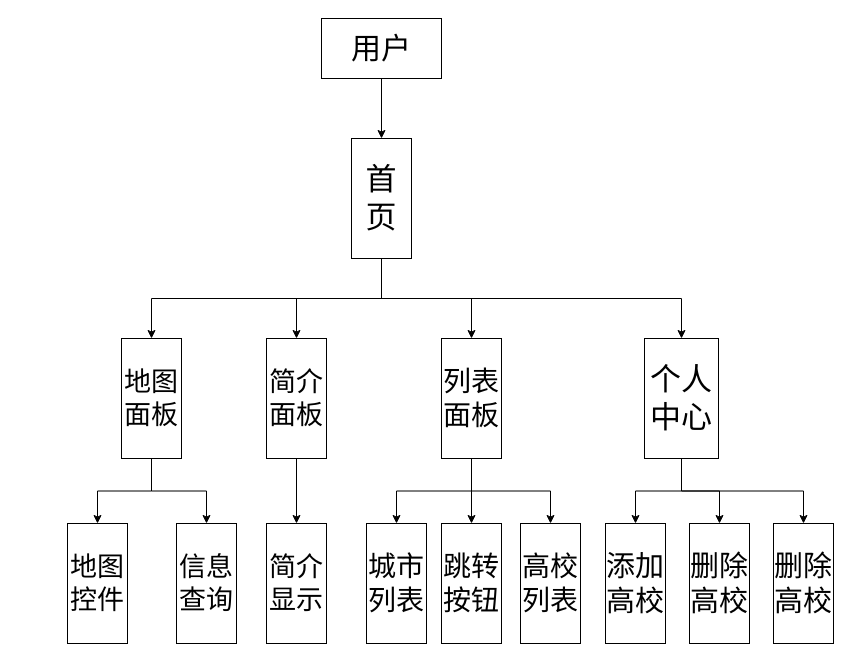
Above: 未命名绘图.drawio in OnetakeDL/iodraw-files (draw.io), before the change. Source tidied: cells renumbered, new cells numbered last; positions are measured from the earlier drawing's top-left corner, leaving out a move shared by most shapes. Both pictures are drawn from the tidied source at 100%, with x=0, y=0 at pixel (67, 18).
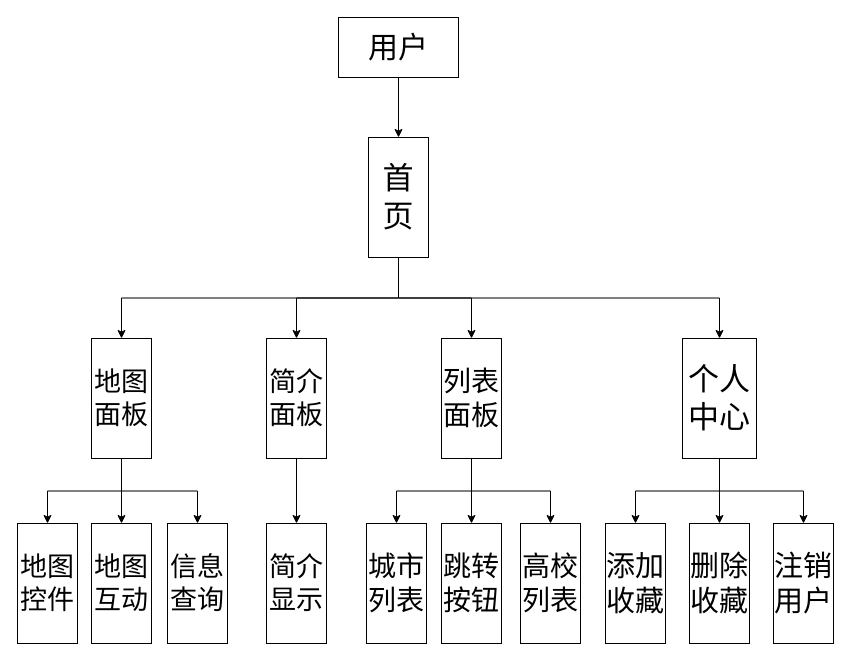
After the change.

Commit message:
系统架构图.drawio

The edit, as a diff of the source:
```diff
@@
     <mxCell id="3" value="&lt;font style=&quot;font-size: 30px;&quot;&gt;用户&lt;/font&gt;" style="rounded=0;whiteSpace=wrap;html=1;" parent="1" vertex="1">
-      <mxGeometry x="254" width="120" height="60" as="geometry" />
+      <mxGeometry x="271" y="-1" width="120" height="60" as="geometry" />
     </mxCell>
@@
     <mxCell id="8" value="&lt;font style=&quot;font-size: 31px;&quot;&gt;首页&lt;/font&gt;" style="rounded=0;whiteSpace=wrap;html=1;direction=south;" parent="1" vertex="1">
-      <mxGeometry x="284" y="120" width="60" height="120" as="geometry" />
+      <mxGeometry x="301" y="119" width="60" height="120" as="geometry" />
     </mxCell>
@@
+    <mxCell id="11" style="edgeStyle=orthogonalEdgeStyle;rounded=0;jettySize=auto;html=1;exitX=1;exitY=0.5;exitDx=0;exitDy=0;entryX=0;entryY=0.5;entryDx=0;entryDy=0;" parent="1" edge="1" source="12" target="30">
+      <mxGeometry relative="1" as="geometry" />
+    </mxCell>
@@
-    <mxCell id="11" style="edgeStyle=orthogonalEdgeStyle;rounded=0;jettySize=auto;html=1;exitX=1;exitY=0.5;exitDx=0;exitDy=0;entryX=0;entryY=0.5;entryDx=0;entryDy=0;" parent="1" edge="1" source="12" target="30">
-      <mxGeometry relative="1" as="geometry" />
-    </mxCell>
     <mxCell id="12" value="&lt;span style=&quot;font-size: 31px;&quot;&gt;个人中心&lt;/span&gt;" style="rounded=0;whiteSpace=wrap;html=1;direction=south;" parent="1" vertex="1">
-      <mxGeometry x="577" y="320" width="74" height="120" as="geometry" />
+      <mxGeometry x="615" y="320" width="74" height="120" as="geometry" />
     </mxCell>
@@
+    <mxCell id="31" style="edgeStyle=orthogonalEdgeStyle;rounded=0;jettySize=auto;html=1;exitX=1;exitY=0.5;exitDx=0;exitDy=0;entryX=0;entryY=0.5;entryDx=0;entryDy=0;" parent="1" edge="1" source="21" target="32">
+      <mxGeometry relative="1" as="geometry" />
+    </mxCell>
     <mxCell id="21" value="&lt;font style=&quot;font-size: 27px;&quot;&gt;地图面板&lt;/font&gt;" style="rounded=0;whiteSpace=wrap;html=1;direction=south;" parent="1" vertex="1">
-      <mxGeometry x="54" y="320" width="60" height="120" as="geometry" />
+      <mxGeometry x="24" y="320" width="60" height="120" as="geometry" />
     </mxCell>
@@
     <mxCell id="24" value="&lt;font style=&quot;font-size: 27px;&quot;&gt;信息查询&lt;/font&gt;" style="rounded=0;whiteSpace=wrap;html=1;direction=south;" parent="1" vertex="1">
-      <mxGeometry x="109" y="505" width="60" height="120" as="geometry" />
+      <mxGeometry x="100" y="505" width="60" height="120" as="geometry" />
     </mxCell>
     <mxCell id="25" value="&lt;font style=&quot;font-size: 27px;&quot;&gt;地图控件&lt;/font&gt;" style="rounded=0;whiteSpace=wrap;html=1;direction=south;" parent="1" vertex="1">
-      <mxGeometry y="505" width="60" height="120" as="geometry" />
+      <mxGeometry x="-50" y="505" width="60" height="120" as="geometry" />
     </mxCell>
-    <mxCell id="26" value="&lt;font style=&quot;font-size: 29px;&quot;&gt;删除高校&lt;/font&gt;" style="rounded=0;whiteSpace=wrap;html=1;direction=south;" parent="1" vertex="1">
+    <mxCell id="26" value="&lt;font style=&quot;font-size: 29px;&quot;&gt;删除收藏&lt;/font&gt;" style="rounded=0;whiteSpace=wrap;html=1;direction=south;" parent="1" vertex="1">
       <mxGeometry x="622" y="505" width="60" height="120" as="geometry" />
     </mxCell>
-    <mxCell id="27" value="&lt;font style=&quot;font-size: 29px;&quot;&gt;添加高校&lt;/font&gt;" style="rounded=0;whiteSpace=wrap;html=1;direction=south;" parent="1" vertex="1">
+    <mxCell id="27" value="&lt;font style=&quot;font-size: 29px;&quot;&gt;添加收藏&lt;/font&gt;" style="rounded=0;whiteSpace=wrap;html=1;direction=south;" parent="1" vertex="1">
       <mxGeometry x="538" y="505" width="60" height="120" as="geometry" />
     </mxCell>
@@
-    <mxCell id="30" value="&lt;font style=&quot;font-size: 29px;&quot;&gt;删除高校&lt;/font&gt;" style="rounded=0;whiteSpace=wrap;html=1;direction=south;" parent="1" vertex="1">
+    <mxCell id="30" value="&lt;font style=&quot;font-size: 29px;&quot;&gt;注销用户&lt;/font&gt;" style="rounded=0;whiteSpace=wrap;html=1;direction=south;" parent="1" vertex="1">
       <mxGeometry x="706" y="505" width="60" height="120" as="geometry" />
     </mxCell>
+    <mxCell id="32" value="&lt;font style=&quot;font-size: 27px;&quot;&gt;地图互动&lt;/font&gt;" style="rounded=0;whiteSpace=wrap;html=1;direction=south;" parent="1" vertex="1">
+      <mxGeometry x="24" y="505" width="60" height="120" as="geometry" />
+    </mxCell>
```
